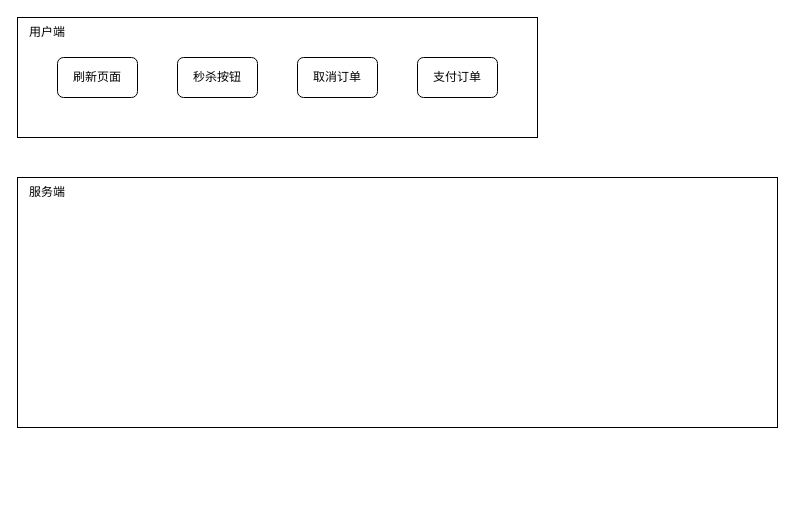
Before: 秒杀系统设计.drawio in BacklitCat/Architecture, a draw.io diagram. Source tidied: cells renumbered, new cells numbered last; positions are measured from the earlier drawing's top-left corner, leaving out a move shared by most shapes. Both pictures are drawn from the tidied source at 100%, with x=0, y=0 at pixel (17, 17).
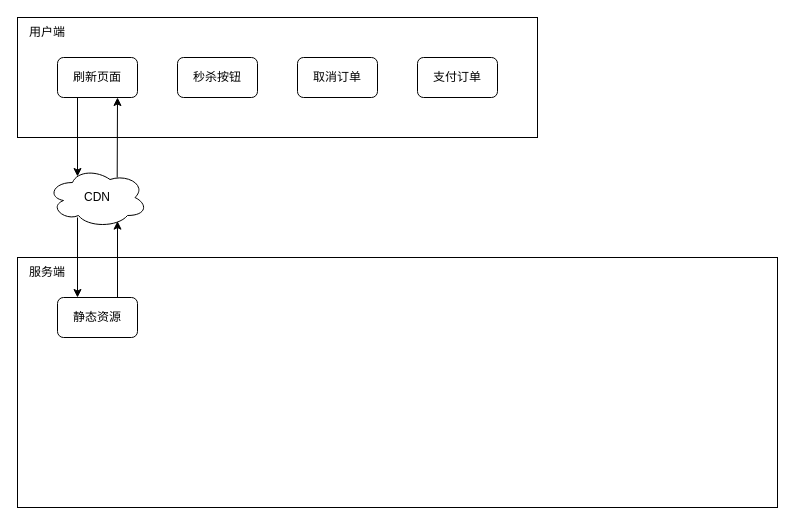
After the change.

Commit message:
更新秒杀系统设计cdn.drawio

The edit, as a diff of the source:
```diff
@@
 <mxGraphModel>
   <root>
     <mxCell id="0" />
     <mxCell id="1" parent="0" />
     <mxCell id="2" style="rounded=0;whiteSpace=wrap;html=1;fillColor=none;" parent="1" vertex="1">
       <mxGeometry width="520" height="120" as="geometry" />
     </mxCell>
     <mxCell id="3" value="秒杀按钮" style="rounded=1;whiteSpace=wrap;html=1;" parent="1" vertex="1">
       <mxGeometry x="160" y="40" width="80" height="40" as="geometry" />
     </mxCell>
     <mxCell id="4" value="用户端" style="text;html=1;strokeColor=none;fillColor=none;align=center;verticalAlign=middle;whiteSpace=wrap;rounded=0;" parent="1" vertex="1">
       <mxGeometry width="60" height="30" as="geometry" />
     </mxCell>
     <mxCell id="5" style="rounded=0;whiteSpace=wrap;html=1;fillColor=none;" parent="1" vertex="1">
-      <mxGeometry y="160" width="760" height="250" as="geometry" />
+      <mxGeometry y="240" width="760" height="250" as="geometry" />
     </mxCell>
     <mxCell id="6" value="服务端" style="text;html=1;strokeColor=none;fillColor=none;align=center;verticalAlign=middle;whiteSpace=wrap;rounded=0;" parent="1" vertex="1">
-      <mxGeometry y="160" width="60" height="30" as="geometry" />
+      <mxGeometry y="240" width="60" height="30" as="geometry" />
     </mxCell>
     <mxCell id="7" value="刷新页面" style="rounded=1;whiteSpace=wrap;html=1;" parent="1" vertex="1">
       <mxGeometry x="40" y="40" width="80" height="40" as="geometry" />
     </mxCell>
     <mxCell id="8" value="取消订单" style="rounded=1;whiteSpace=wrap;html=1;" parent="1" vertex="1">
       <mxGeometry x="280" y="40" width="80" height="40" as="geometry" />
     </mxCell>
     <mxCell id="9" value="支付订单" style="rounded=1;whiteSpace=wrap;html=1;" parent="1" vertex="1">
       <mxGeometry x="400" y="40" width="80" height="40" as="geometry" />
     </mxCell>
+    <mxCell id="10" value="静态资源" style="rounded=1;whiteSpace=wrap;html=1;" parent="1" vertex="1">
+      <mxGeometry x="40" y="280" width="80" height="40" as="geometry" />
+    </mxCell>
+    <mxCell id="11" value="CDN" style="ellipse;shape=cloud;whiteSpace=wrap;html=1;" parent="1" vertex="1">
+      <mxGeometry x="30" y="150" width="100" height="60" as="geometry" />
+    </mxCell>
+    <mxCell id="12" style="endArrow=classic;html=1;rounded=0;exitX=0.25;exitY=1;exitDx=0;exitDy=0;entryX=0.3;entryY=0.15;entryDx=0;entryDy=0;entryPerimeter=0;" parent="1" edge="1" source="7" target="11">
+      <mxGeometry relative="1" as="geometry" />
+    </mxCell>
+    <mxCell id="13" style="endArrow=classic;html=1;rounded=0;entryX=0.25;entryY=0;entryDx=0;entryDy=0;" parent="1" edge="1" target="10">
+      <mxGeometry relative="1" as="geometry">
+        <mxPoint x="60" y="200" as="sourcePoint" />
+      </mxGeometry>
+    </mxCell>
+    <mxCell id="14" style="endArrow=classic;html=1;rounded=0;exitX=0.75;exitY=0;exitDx=0;exitDy=0;entryX=0.7;entryY=0.894;entryDx=0;entryDy=0;entryPerimeter=0;" parent="1" edge="1" source="10" target="11">
+      <mxGeometry relative="1" as="geometry" />
+    </mxCell>
+    <mxCell id="15" style="endArrow=classic;html=1;rounded=0;exitX=0.697;exitY=0.167;exitDx=0;exitDy=0;exitPerimeter=0;" parent="1" edge="1" source="11">
+      <mxGeometry relative="1" as="geometry">
+        <mxPoint x="100" y="80" as="targetPoint" />
+      </mxGeometry>
+    </mxCell>
   </root>
 </mxGraphModel>
```
